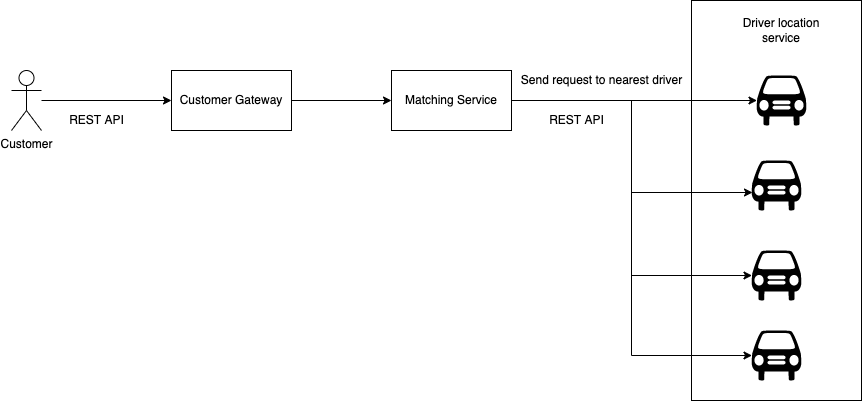
BachQuang/SkyMavis_Test keeps this draw.io diagram as 2. System design/Images/Matching service.png. Above is the earlier version. Source tidied: cells renumbered, new cells last; positions are measured from the earlier drawing's top-left corner, leaving out a move shared by most shapes. Its diagram source:
```xml
<mxGraphModel>
  <root>
    <mxCell id="0" />
    <mxCell id="1" parent="0" />
    <mxCell id="2" style="edgeStyle=orthogonalEdgeStyle;rounded=0;jettySize=auto;html=1;" parent="1" edge="1" source="3" target="7">
      <mxGeometry relative="1" as="geometry" />
    </mxCell>
    <mxCell id="3" value="Customer" style="shape=umlActor;verticalLabelPosition=bottom;verticalAlign=top;html=1;outlineConnect=0;" parent="1" vertex="1">
      <mxGeometry y="70" width="30" height="60" as="geometry" />
    </mxCell>
    <mxCell id="4" value="Matching Service" style="rounded=0;whiteSpace=wrap;html=1;" parent="1" vertex="1">
      <mxGeometry x="380" y="70" width="120" height="60" as="geometry" />
    </mxCell>
    <mxCell id="5" value="REST API" style="text;html=1;align=center;verticalAlign=middle;strokeColor=none;" parent="1" vertex="1">
      <mxGeometry x="50" y="110" width="70" height="20" as="geometry" />
    </mxCell>
    <mxCell id="6" style="edgeStyle=orthogonalEdgeStyle;rounded=0;jettySize=auto;html=1;entryX=0;entryY=0.5;entryDx=0;entryDy=0;" parent="1" edge="1" source="7" target="4">
      <mxGeometry relative="1" as="geometry" />
    </mxCell>
    <mxCell id="7" value="Customer Gateway" style="rounded=0;whiteSpace=wrap;html=1;" parent="1" vertex="1">
      <mxGeometry x="160" y="70" width="120" height="60" as="geometry" />
    </mxCell>
    <mxCell id="8" style="rounded=0;whiteSpace=wrap;html=1;" parent="1" vertex="1">
      <mxGeometry x="680" width="170" height="400" as="geometry" />
    </mxCell>
    <mxCell id="9" value="Driver location service" style="text;html=1;strokeColor=none;fillColor=none;align=center;verticalAlign=middle;whiteSpace=wrap;rounded=0;" parent="1" vertex="1">
      <mxGeometry x="730" y="20" width="80" height="20" as="geometry" />
    </mxCell>
    <mxCell id="10" style="shape=mxgraph.signs.transportation.car_1;html=1;fillColor=#000000;strokeColor=none;verticalLabelPosition=bottom;verticalAlign=top;align=center;" parent="1" vertex="1">
      <mxGeometry x="740" y="160" width="50" height="50" as="geometry" />
    </mxCell>
    <mxCell id="11" style="shape=mxgraph.signs.transportation.car_1;html=1;fillColor=#000000;strokeColor=none;verticalLabelPosition=bottom;verticalAlign=top;align=center;" parent="1" vertex="1">
      <mxGeometry x="745" y="75" width="50" height="50" as="geometry" />
    </mxCell>
    <mxCell id="12" style="shape=mxgraph.signs.transportation.car_1;html=1;fillColor=#000000;strokeColor=none;verticalLabelPosition=bottom;verticalAlign=top;align=center;" parent="1" vertex="1">
      <mxGeometry x="740" y="330" width="50" height="50" as="geometry" />
    </mxCell>
    <mxCell id="13" style="shape=mxgraph.signs.transportation.car_1;html=1;fillColor=#000000;strokeColor=none;verticalLabelPosition=bottom;verticalAlign=top;align=center;" parent="1" vertex="1">
      <mxGeometry x="740" y="250" width="50" height="50" as="geometry" />
    </mxCell>
    <mxCell id="14" style="edgeStyle=orthogonalEdgeStyle;rounded=0;jettySize=auto;html=1;entryX=0.01;entryY=0.5;entryDx=0;entryDy=0;entryPerimeter=0;" parent="1" edge="1" source="4" target="11">
      <mxGeometry relative="1" as="geometry" />
    </mxCell>
    <mxCell id="15" style="edgeStyle=orthogonalEdgeStyle;rounded=0;jettySize=auto;html=1;entryX=0.02;entryY=0.64;entryDx=0;entryDy=0;entryPerimeter=0;" parent="1" edge="1" source="4" target="10">
      <mxGeometry relative="1" as="geometry" />
    </mxCell>
    <mxCell id="16" style="edgeStyle=orthogonalEdgeStyle;rounded=0;jettySize=auto;html=1;entryX=0.01;entryY=0.5;entryDx=0;entryDy=0;entryPerimeter=0;" parent="1" edge="1" source="4" target="13">
      <mxGeometry relative="1" as="geometry" />
    </mxCell>
    <mxCell id="17" style="edgeStyle=orthogonalEdgeStyle;rounded=0;jettySize=auto;html=1;entryX=0.01;entryY=0.5;entryDx=0;entryDy=0;entryPerimeter=0;" parent="1" edge="1" source="4" target="12">
      <mxGeometry relative="1" as="geometry" />
    </mxCell>
    <mxCell id="18" value="REST API" style="text;html=1;align=center;verticalAlign=middle;strokeColor=none;" parent="1" vertex="1">
      <mxGeometry x="530" y="110" width="70" height="20" as="geometry" />
    </mxCell>
    <mxCell id="19" value="Send request to nearest driver" style="text;html=1;align=center;verticalAlign=middle;strokeColor=none;" parent="1" vertex="1">
      <mxGeometry x="500" y="70" width="180" height="20" as="geometry" />
    </mxCell>
  </root>
</mxGraphModel>
```
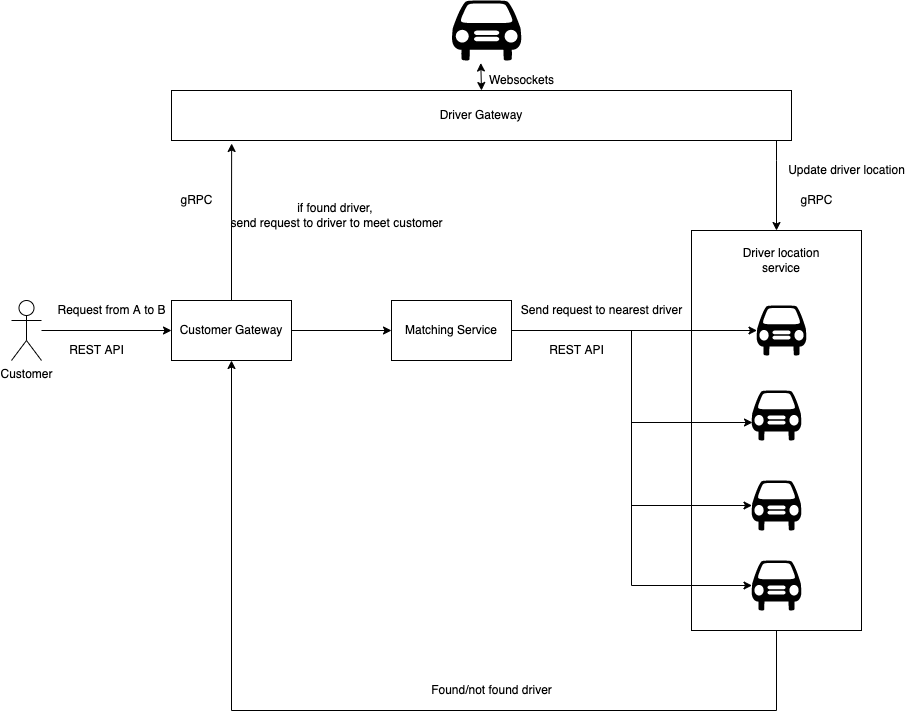
Above is the later version.

Diff of the diagram source:
```diff
@@ -17,9 +17,20 @@
     <mxCell id="6" style="edgeStyle=orthogonalEdgeStyle;rounded=0;jettySize=auto;html=1;entryX=0;entryY=0.5;entryDx=0;entryDy=0;" parent="1" edge="1" source="7" target="4">
       <mxGeometry relative="1" as="geometry" />
     </mxCell>
+    <mxCell id="20" style="edgeStyle=orthogonalEdgeStyle;rounded=0;jettySize=auto;html=1;entryX=0.097;entryY=1.06;entryDx=0;entryDy=0;entryPerimeter=0;" parent="1" edge="1" source="7" target="25">
+      <mxGeometry relative="1" as="geometry" />
+    </mxCell>
     <mxCell id="7" value="Customer Gateway" style="rounded=0;whiteSpace=wrap;html=1;" parent="1" vertex="1">
       <mxGeometry x="160" y="70" width="120" height="60" as="geometry" />
     </mxCell>
+    <mxCell id="21" style="edgeStyle=orthogonalEdgeStyle;rounded=0;jettySize=auto;html=1;entryX=0.5;entryY=1;entryDx=0;entryDy=0;" parent="1" edge="1" source="8" target="7">
+      <mxGeometry relative="1" as="geometry">
+        <Array as="points">
+          <mxPoint x="765" y="480" />
+          <mxPoint x="220" y="480" />
+        </Array>
+      </mxGeometry>
+    </mxCell>
     <mxCell id="8" style="rounded=0;whiteSpace=wrap;html=1;" parent="1" vertex="1">
       <mxGeometry x="680" width="170" height="400" as="geometry" />
     </mxCell>
@@ -56,5 +67,43 @@
     <mxCell id="19" value="Send request to nearest driver" style="text;html=1;align=center;verticalAlign=middle;strokeColor=none;" parent="1" vertex="1">
       <mxGeometry x="500" y="70" width="180" height="20" as="geometry" />
     </mxCell>
+    <mxCell id="22" value="Request from A to B" style="text;html=1;align=center;verticalAlign=middle;strokeColor=none;" parent="1" vertex="1">
+      <mxGeometry x="40" y="70" width="120" height="20" as="geometry" />
+    </mxCell>
+    <mxCell id="23" value="Found/not found driver" style="text;html=1;align=center;verticalAlign=middle;strokeColor=none;" parent="1" vertex="1">
+      <mxGeometry x="410" y="450" width="140" height="20" as="geometry" />
+    </mxCell>
+    <mxCell id="24" style="edgeStyle=orthogonalEdgeStyle;rounded=0;jettySize=auto;html=1;entryX=0.5;entryY=0;entryDx=0;entryDy=0;" parent="1" edge="1" source="25" target="8">
+      <mxGeometry relative="1" as="geometry">
+        <Array as="points">
+          <mxPoint x="765" y="-70" />
+          <mxPoint x="765" y="-70" />
+        </Array>
+      </mxGeometry>
+    </mxCell>
+    <mxCell id="25" value="Driver Gateway" style="rounded=0;whiteSpace=wrap;html=1;" parent="1" vertex="1">
+      <mxGeometry x="160" y="-140" width="620" height="50" as="geometry" />
+    </mxCell>
+    <mxCell id="26" style="shape=mxgraph.signs.transportation.car_1;html=1;fillColor=#000000;strokeColor=none;verticalLabelPosition=bottom;verticalAlign=top;align=center;" parent="1" vertex="1">
+      <mxGeometry x="440.2" y="-230" width="69.8" height="60" as="geometry" />
+    </mxCell>
+    <mxCell id="27" value="if found driver, &lt;br&gt;send request to driver to meet customer" style="text;html=1;align=center;verticalAlign=middle;strokeColor=none;" parent="1" vertex="1">
+      <mxGeometry x="210.2" y="-30" width="230" height="30" as="geometry" />
+    </mxCell>
+    <mxCell id="28" value="gRPC" style="text;html=1;align=center;verticalAlign=middle;strokeColor=none;" parent="1" vertex="1">
+      <mxGeometry x="160.2" y="-40" width="50" height="20" as="geometry" />
+    </mxCell>
+    <mxCell id="29" value="Update driver location" style="text;html=1;align=center;verticalAlign=middle;strokeColor=none;" parent="1" vertex="1">
+      <mxGeometry x="770" y="-70" width="130" height="20" as="geometry" />
+    </mxCell>
+    <mxCell id="30" value="gRPC" style="text;html=1;align=center;verticalAlign=middle;strokeColor=none;" parent="1" vertex="1">
+      <mxGeometry x="780" y="-40" width="50" height="20" as="geometry" />
+    </mxCell>
+    <mxCell id="31" style="endArrow=classic;startArrow=classic;html=1;entryX=0.416;entryY=1.042;entryDx=0;entryDy=0;entryPerimeter=0;exitX=0.5;exitY=0;exitDx=0;exitDy=0;" parent="1" edge="1" source="25" target="26">
+      <mxGeometry relative="1" as="geometry" />
+    </mxCell>
+    <mxCell id="32" value="Websockets" style="text;html=1;align=center;verticalAlign=middle;strokeColor=none;" parent="1" vertex="1">
+      <mxGeometry x="470" y="-160" width="80" height="20" as="geometry" />
+    </mxCell>
   </root>
 </mxGraphModel>
```
